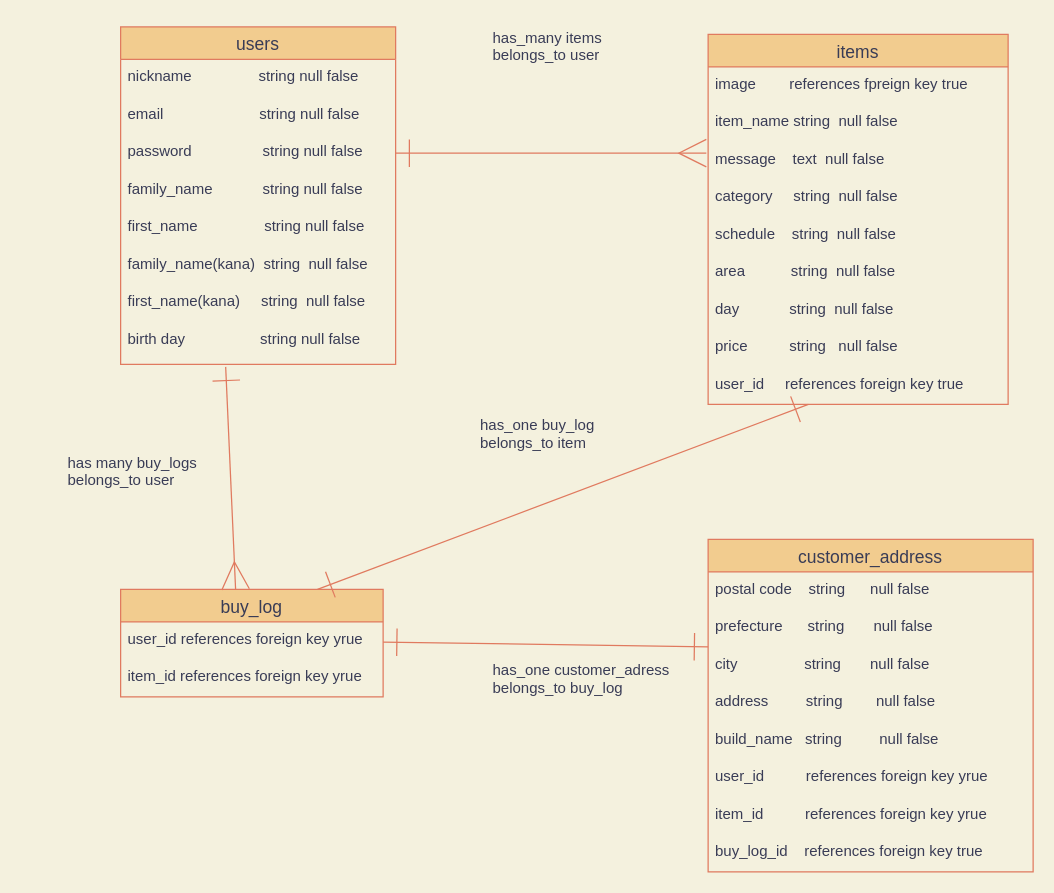
yuyakiso/furima_33001 keeps this draw.io diagram as db.dio. Above is the earlier version. Source tidied: cells renumbered, new cells numbered last; positions are measured from the earlier drawing's top-left corner, leaving out a move shared by most shapes. Both pictures are drawn from the tidied source at 125%, with x=0, y=0 at pixel (20, 26).
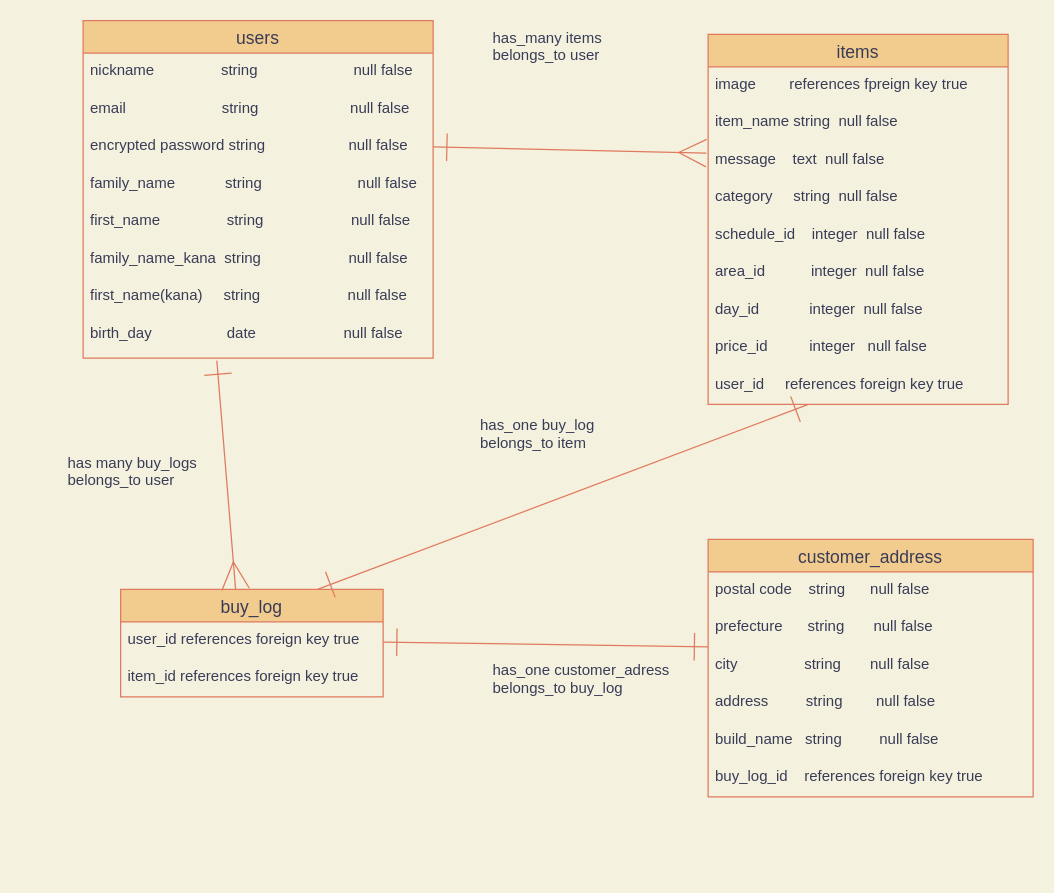
Above is the later version.

Commit message (it also covers changes not shown here):
データベースの準備３

Unchanged cells that the change refers to:
```xml
<mxCell id="11" value="items" style="swimlane;fontStyle=0;horizontal=1;startSize=26;align=center;fontSize=14;rounded=0;sketch=0;fillColor=#F2CC8F;strokeColor=#E07A5F;fontColor=#393C56;" parent="1" vertex="1">
  <mxGeometry x="550" y="6" width="240" height="296" as="geometry" />
</mxCell>
<mxCell id="22" value="buy_log" style="swimlane;fontStyle=0;horizontal=1;startSize=26;align=center;fontSize=14;rounded=0;sketch=0;fillColor=#F2CC8F;strokeColor=#E07A5F;fontColor=#393C56;" parent="1" vertex="1">
  <mxGeometry x="80" y="450" width="210" height="86" as="geometry" />
</mxCell>
```

The edit, as a diff of the source:
```diff
@@
     <mxCell id="2" value="users" style="swimlane;fontStyle=0;horizontal=1;startSize=26;align=center;fontSize=14;rounded=0;sketch=0;fillColor=#F2CC8F;strokeColor=#E07A5F;fontColor=#393C56;" parent="1" vertex="1">
-      <mxGeometry x="80" width="220" height="270" as="geometry" />
+      <mxGeometry x="50" y="-5" width="280" height="270" as="geometry" />
     </mxCell>
-    <mxCell id="3" value="nickname                string null false" style="text;strokeColor=none;fillColor=none;spacingLeft=4;spacingRight=4;overflow=hidden;fontSize=12;fontColor=#393C56;" parent="2" vertex="1">
-      <mxGeometry y="26" width="220" height="30" as="geometry" />
+    <mxCell id="3" value="nickname                string                       null false" style="text;strokeColor=none;fillColor=none;spacingLeft=4;spacingRight=4;overflow=hidden;fontSize=12;fontColor=#393C56;" parent="2" vertex="1">
+      <mxGeometry y="26" width="280" height="30" as="geometry" />
     </mxCell>
-    <mxCell id="4" value="email                       string null false " style="text;strokeColor=none;fillColor=none;spacingLeft=4;spacingRight=4;overflow=hidden;fontSize=12;fontColor=#393C56;" parent="2" vertex="1">
-      <mxGeometry y="56" width="220" height="30" as="geometry" />
+    <mxCell id="4" value="email                       string                      null false " style="text;strokeColor=none;fillColor=none;spacingLeft=4;spacingRight=4;overflow=hidden;fontSize=12;fontColor=#393C56;" parent="2" vertex="1">
+      <mxGeometry y="56" width="280" height="30" as="geometry" />
     </mxCell>
-    <mxCell id="5" value="password                 string null false " style="text;strokeColor=none;fillColor=none;spacingLeft=4;spacingRight=4;overflow=hidden;points=[[0,0.5],[1,0.5]];portConstraint=eastwest;fontSize=12;fontColor=#393C56;" parent="2" vertex="1">
-      <mxGeometry y="86" width="220" height="30" as="geometry" />
+    <mxCell id="5" value="encrypted password string                    null false " style="text;strokeColor=none;fillColor=none;spacingLeft=4;spacingRight=4;overflow=hidden;points=[[0,0.5],[1,0.5]];portConstraint=eastwest;fontSize=12;fontColor=#393C56;" parent="2" vertex="1">
+      <mxGeometry y="86" width="280" height="30" as="geometry" />
     </mxCell>
-    <mxCell id="6" value="family_name            string null false" style="text;strokeColor=none;fillColor=none;spacingLeft=4;spacingRight=4;overflow=hidden;fontSize=12;fontColor=#393C56;" parent="2" vertex="1">
-      <mxGeometry y="116" width="220" height="30" as="geometry" />
+    <mxCell id="6" value="family_name            string                       null false" style="text;strokeColor=none;fillColor=none;spacingLeft=4;spacingRight=4;overflow=hidden;fontSize=12;fontColor=#393C56;" parent="2" vertex="1">
+      <mxGeometry y="116" width="280" height="30" as="geometry" />
     </mxCell>
-    <mxCell id="7" value="first_name                string null false" style="text;strokeColor=none;fillColor=none;spacingLeft=4;spacingRight=4;overflow=hidden;fontSize=12;fontColor=#393C56;" parent="2" vertex="1">
-      <mxGeometry y="146" width="220" height="30" as="geometry" />
+    <mxCell id="7" value="first_name                string                     null false" style="text;strokeColor=none;fillColor=none;spacingLeft=4;spacingRight=4;overflow=hidden;fontSize=12;fontColor=#393C56;" parent="2" vertex="1">
+      <mxGeometry y="146" width="280" height="30" as="geometry" />
     </mxCell>
-    <mxCell id="8" value="family_name(kana)  string  null false" style="text;strokeColor=none;fillColor=none;spacingLeft=4;spacingRight=4;overflow=hidden;fontSize=12;fontColor=#393C56;" parent="2" vertex="1">
-      <mxGeometry y="176" width="220" height="30" as="geometry" />
+    <mxCell id="8" value="family_name_kana  string                     null false" style="text;strokeColor=none;fillColor=none;spacingLeft=4;spacingRight=4;overflow=hidden;fontSize=12;fontColor=#393C56;" parent="2" vertex="1">
+      <mxGeometry y="176" width="280" height="30" as="geometry" />
     </mxCell>
-    <mxCell id="9" value="first_name(kana)     string  null false" style="text;strokeColor=none;fillColor=none;spacingLeft=4;spacingRight=4;overflow=hidden;fontSize=12;fontColor=#393C56;" parent="2" vertex="1">
-      <mxGeometry y="206" width="220" height="30" as="geometry" />
+    <mxCell id="9" value="first_name(kana)     string                     null false" style="text;strokeColor=none;fillColor=none;spacingLeft=4;spacingRight=4;overflow=hidden;fontSize=12;fontColor=#393C56;" parent="2" vertex="1">
+      <mxGeometry y="206" width="280" height="30" as="geometry" />
     </mxCell>
-    <mxCell id="10" value="birth day                  string null false" style="text;strokeColor=none;fillColor=none;spacingLeft=4;spacingRight=4;overflow=hidden;points=[[0,0.5],[1,0.5]];portConstraint=eastwest;fontSize=12;fontColor=#393C56;" parent="2" vertex="1">
-      <mxGeometry y="236" width="220" height="34" as="geometry" />
+    <mxCell id="10" value="birth_day                  date                     null false" style="text;strokeColor=none;fillColor=none;spacingLeft=4;spacingRight=4;overflow=hidden;points=[[0,0.5],[1,0.5]];portConstraint=eastwest;fontSize=12;fontColor=#393C56;" parent="2" vertex="1">
+      <mxGeometry y="236" width="280" height="34" as="geometry" />
     </mxCell>
@@
-    <mxCell id="16" value="schedule    string  null false" style="text;strokeColor=none;fillColor=none;spacingLeft=4;spacingRight=4;overflow=hidden;fontSize=12;fontColor=#393C56;" parent="11" vertex="1">
+    <mxCell id="16" value="schedule_id    integer  null false" style="text;strokeColor=none;fillColor=none;spacingLeft=4;spacingRight=4;overflow=hidden;fontSize=12;fontColor=#393C56;" parent="11" vertex="1">
       <mxGeometry y="146" width="240" height="30" as="geometry" />
     </mxCell>
-    <mxCell id="17" value="area           string  null false" style="text;strokeColor=none;fillColor=none;spacingLeft=4;spacingRight=4;overflow=hidden;fontSize=12;fontColor=#393C56;" parent="11" vertex="1">
+    <mxCell id="17" value="area_id           integer  null false" style="text;strokeColor=none;fillColor=none;spacingLeft=4;spacingRight=4;overflow=hidden;fontSize=12;fontColor=#393C56;" parent="11" vertex="1">
       <mxGeometry y="176" width="240" height="30" as="geometry" />
     </mxCell>
-    <mxCell id="18" value="day            string  null false" style="text;strokeColor=none;fillColor=none;spacingLeft=4;spacingRight=4;overflow=hidden;fontSize=12;fontColor=#393C56;" parent="11" vertex="1">
+    <mxCell id="18" value="day_id            integer  null false" style="text;strokeColor=none;fillColor=none;spacingLeft=4;spacingRight=4;overflow=hidden;fontSize=12;fontColor=#393C56;" parent="11" vertex="1">
       <mxGeometry y="206" width="240" height="30" as="geometry" />
     </mxCell>
-    <mxCell id="19" value="price          string   null false" style="text;strokeColor=none;fillColor=none;spacingLeft=4;spacingRight=4;overflow=hidden;fontSize=12;fontColor=#393C56;" parent="11" vertex="1">
+    <mxCell id="19" value="price_id          integer   null false" style="text;strokeColor=none;fillColor=none;spacingLeft=4;spacingRight=4;overflow=hidden;fontSize=12;fontColor=#393C56;" parent="11" vertex="1">
       <mxGeometry y="236" width="240" height="30" as="geometry" />
     </mxCell>
@@
-    <mxCell id="23" value="user_id references foreign key yrue" style="text;strokeColor=none;fillColor=none;spacingLeft=4;spacingRight=4;overflow=hidden;fontSize=12;fontColor=#393C56;" parent="22" vertex="1">
+    <mxCell id="23" value="user_id references foreign key true" style="text;strokeColor=none;fillColor=none;spacingLeft=4;spacingRight=4;overflow=hidden;fontSize=12;fontColor=#393C56;" parent="22" vertex="1">
       <mxGeometry y="26" width="210" height="30" as="geometry" />
     </mxCell>
-    <mxCell id="24" value="item_id references foreign key yrue" style="text;strokeColor=none;fillColor=none;spacingLeft=4;spacingRight=4;overflow=hidden;fontSize=12;fontColor=#393C56;" parent="22" vertex="1">
+    <mxCell id="24" value="item_id references foreign key true" style="text;strokeColor=none;fillColor=none;spacingLeft=4;spacingRight=4;overflow=hidden;fontSize=12;fontColor=#393C56;" parent="22" vertex="1">
       <mxGeometry y="56" width="210" height="30" as="geometry" />
     </mxCell>
     <mxCell id="25" value="customer_address" style="swimlane;fontStyle=0;horizontal=1;startSize=26;align=center;fontSize=14;rounded=0;sketch=0;fillColor=#F2CC8F;strokeColor=#E07A5F;fontColor=#393C56;" parent="1" vertex="1">
-      <mxGeometry x="550" y="410" width="260" height="266" as="geometry" />
+      <mxGeometry x="550" y="410" width="260" height="206" as="geometry" />
     </mxCell>
@@
-    <mxCell id="31" value="user_id          references foreign key yrue" style="text;strokeColor=none;fillColor=none;spacingLeft=4;spacingRight=4;overflow=hidden;fontSize=12;fontColor=#393C56;" parent="25" vertex="1">
-      <mxGeometry y="176" width="260" height="30" as="geometry" />
-    </mxCell>
-    <mxCell id="32" value="item_id          references foreign key yrue" style="text;strokeColor=none;fillColor=none;spacingLeft=4;spacingRight=4;overflow=hidden;fontSize=12;fontColor=#393C56;" parent="25" vertex="1">
-      <mxGeometry y="206" width="260" height="30" as="geometry" />
-    </mxCell>
     <mxCell id="33" value="buy_log_id    references foreign key true" style="text;strokeColor=none;fillColor=none;spacingLeft=4;spacingRight=4;overflow=hidden;fontSize=12;fontColor=#393C56;" parent="25" vertex="1">
-      <mxGeometry y="236" width="260" height="30" as="geometry" />
+      <mxGeometry y="176" width="260" height="30" as="geometry" />
     </mxCell>
```
